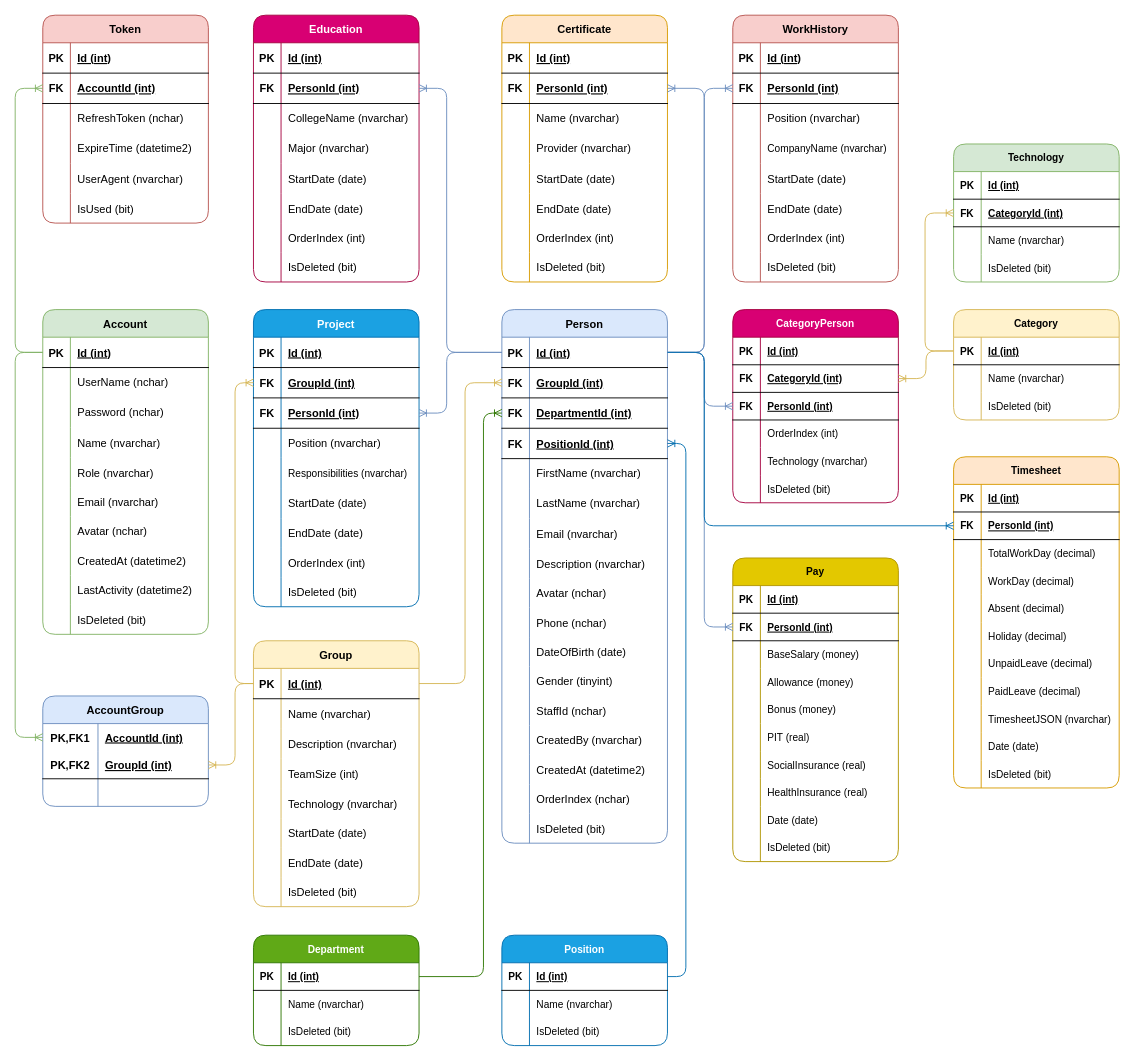
Before: Docs/db-diagram.drawio in dong-nguyen-hd/HR-Management, a draw.io diagram. Source tidied: cells renumbered, new cells numbered last; positions are measured from the earlier drawing's top-left corner, leaving out a move shared by most shapes. Both pictures are drawn from the tidied source at 92%, with x=0, y=0 at pixel (15, 15).
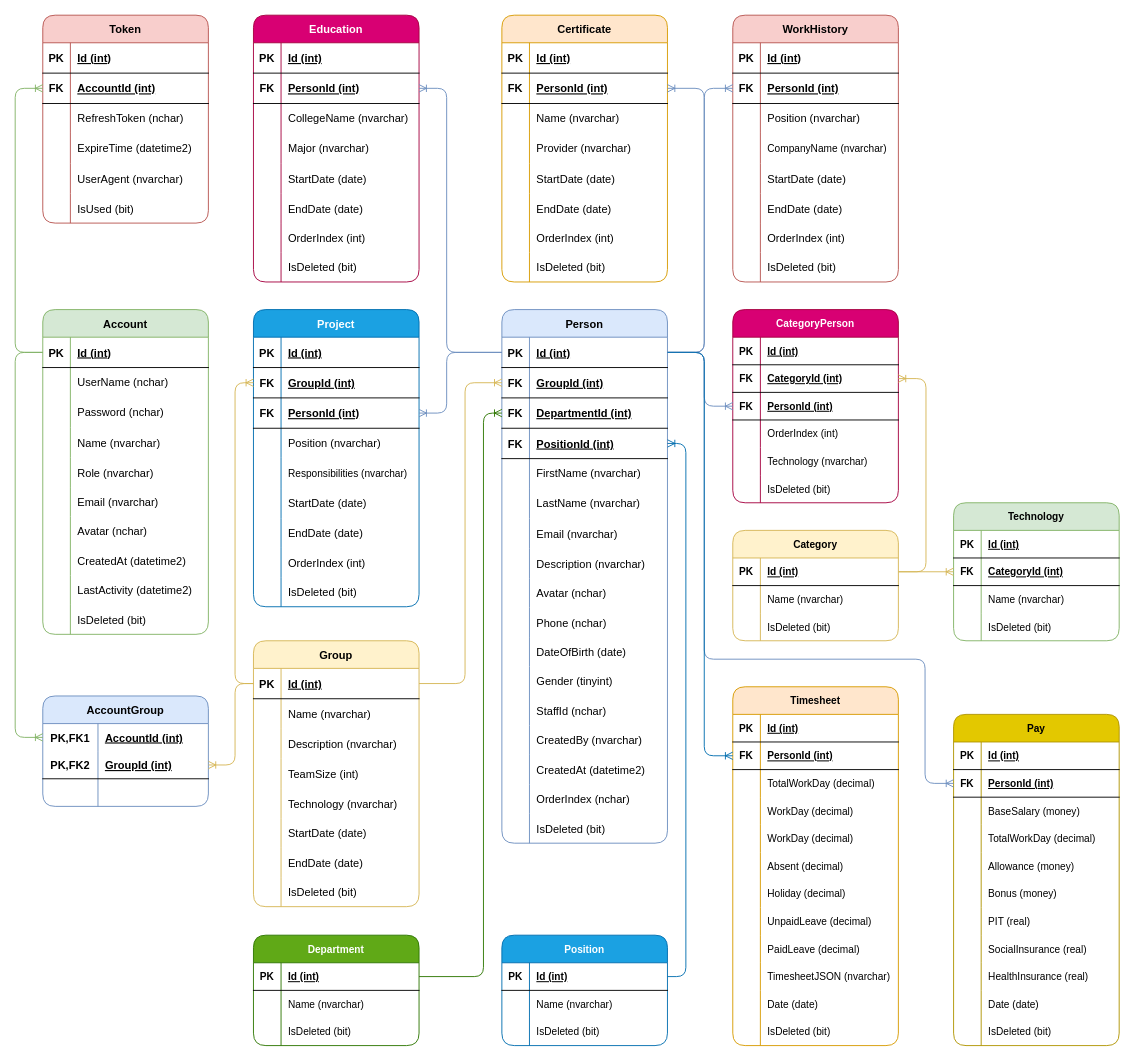
The same diagram, later.

The change refers to these unchanged cells:
```xml
<mxCell id="97" style="shape=tableRow;horizontal=0;startSize=0;swimlaneHead=0;swimlaneBody=0;fillColor=none;points=[[0,0.5],[1,0.5]];portConstraint=eastwest;top=0;left=0;right=0;bottom=1;" parent="96" vertex="1">
  <mxGeometry y="30" width="180" height="33" as="geometry" />
</mxCell>
<mxCell id="250" style="shape=tableRow;horizontal=0;startSize=0;swimlaneHead=0;swimlaneBody=0;fillColor=none;points=[[0,0.5],[1,0.5]];portConstraint=eastwest;top=0;left=0;right=0;bottom=1;rounded=1;shadow=0;sketch=0;fontFamily=Helvetica;fontSize=11;fontColor=default;" parent="246" vertex="1">
  <mxGeometry y="60" width="180" height="30" as="geometry" />
</mxCell>
<mxCell id="263" style="shape=tableRow;horizontal=0;startSize=0;swimlaneHead=0;swimlaneBody=0;fillColor=none;points=[[0,0.5],[1,0.5]];portConstraint=eastwest;top=0;left=0;right=0;bottom=1;rounded=1;shadow=0;sketch=0;fontFamily=Helvetica;fontSize=11;fontColor=default;" parent="259" vertex="1">
  <mxGeometry y="60" width="180" height="30" as="geometry" />
</mxCell>
<mxCell id="279" style="shape=tableRow;horizontal=0;startSize=0;swimlaneHead=0;swimlaneBody=0;fillColor=none;points=[[0,0.5],[1,0.5]];portConstraint=eastwest;top=0;left=0;right=0;bottom=1;rounded=1;shadow=0;sketch=0;fontFamily=Helvetica;fontSize=11;fontColor=default;" parent="278" vertex="1">
  <mxGeometry y="30" width="180" height="30" as="geometry" />
</mxCell>
<mxCell id="312" style="shape=tableRow;horizontal=0;startSize=0;swimlaneHead=0;swimlaneBody=0;fillColor=none;points=[[0,0.5],[1,0.5]];portConstraint=eastwest;top=0;left=0;right=0;bottom=1;rounded=1;shadow=0;sketch=0;fontFamily=Helvetica;fontSize=11;fontColor=default;" parent="308" vertex="1">
  <mxGeometry y="60" width="180" height="30" as="geometry" />
</mxCell>
```

The edit, as a diff of the source:
```diff
@@
     <mxCell id="246" value="Technology" style="shape=table;startSize=30;childLayout=tableLayout;rowLines=0;fontStyle=1;align=center;rounded=1;shadow=0;sketch=0;fontFamily=Helvetica;fontSize=11;fillColor=#d5e8d4;strokeColor=#82b366;" parent="1" vertex="1">
-      <mxGeometry x="1020" y="140" width="180" height="150" as="geometry" />
+      <mxGeometry x="1020" y="530" width="180" height="150" as="geometry" />
     </mxCell>
@@
     <mxCell id="278" value="Category" style="shape=table;startSize=30;childLayout=tableLayout;rowLines=0;fontStyle=1;align=center;rounded=1;shadow=0;sketch=0;fontFamily=Helvetica;fontSize=11;fillColor=#fff2cc;strokeColor=#d6b656;" parent="1" vertex="1">
-      <mxGeometry x="1020" y="320" width="180" height="120" as="geometry" />
+      <mxGeometry x="780" y="560" width="180" height="120" as="geometry" />
     </mxCell>
@@
     <mxCell id="308" value="Pay" style="shape=table;startSize=30;childLayout=tableLayout;rowLines=0;fontStyle=1;align=center;rounded=1;shadow=0;sketch=0;fontFamily=Helvetica;fontSize=11;fillColor=#e3c800;strokeColor=#B09500;fontColor=#000000;" parent="1" vertex="1">
-      <mxGeometry x="780" y="590" width="180" height="330" as="geometry" />
+      <mxGeometry x="1020" y="760" width="180" height="360" as="geometry" />
     </mxCell>
@@
+    <mxCell id="385" style="shape=tableRow;horizontal=0;startSize=0;swimlaneHead=0;swimlaneBody=0;fillColor=none;top=0;left=0;right=0;bottom=0;rounded=1;shadow=0;sketch=0;fontFamily=Helvetica;fontSize=11;fontColor=default;" parent="308" vertex="1">
+      <mxGeometry y="120" width="180" height="30" as="geometry" />
+    </mxCell>
+    <mxCell id="386" style="shape=partialRectangle;fillColor=none;top=0;left=0;bottom=0;right=0;overflow=hidden;rounded=1;shadow=0;sketch=0;fontFamily=Helvetica;fontSize=11;fontColor=default;" parent="385" vertex="1">
+      <mxGeometry width="30" height="30" as="geometry" />
+    </mxCell>
+    <mxCell id="387" value="TotalWorkDay (decimal)" style="shape=partialRectangle;fillColor=none;top=0;left=0;bottom=0;right=0;align=left;spacingLeft=6;overflow=hidden;rounded=1;shadow=0;sketch=0;fontFamily=Helvetica;fontSize=11;fontColor=default;" parent="385" vertex="1">
+      <mxGeometry x="30" width="150" height="30" as="geometry" />
+    </mxCell>
     <mxCell id="318" style="shape=tableRow;horizontal=0;startSize=0;swimlaneHead=0;swimlaneBody=0;fillColor=none;top=0;left=0;right=0;bottom=0;rounded=1;shadow=0;sketch=0;fontFamily=Helvetica;fontSize=11;fontColor=default;" parent="308" vertex="1">
-      <mxGeometry y="120" width="180" height="30" as="geometry" />
+      <mxGeometry y="150" width="180" height="30" as="geometry" />
     </mxCell>
@@
     <mxCell id="321" style="shape=tableRow;horizontal=0;startSize=0;swimlaneHead=0;swimlaneBody=0;fillColor=none;top=0;left=0;right=0;bottom=0;rounded=1;shadow=0;sketch=0;fontFamily=Helvetica;fontSize=11;fontColor=default;" parent="308" vertex="1">
-      <mxGeometry y="150" width="180" height="30" as="geometry" />
+      <mxGeometry y="180" width="180" height="30" as="geometry" />
     </mxCell>
@@
     <mxCell id="324" style="shape=tableRow;horizontal=0;startSize=0;swimlaneHead=0;swimlaneBody=0;fillColor=none;top=0;left=0;right=0;bottom=0;rounded=1;shadow=0;sketch=0;fontFamily=Helvetica;fontSize=11;fontColor=default;" parent="308" vertex="1">
-      <mxGeometry y="180" width="180" height="30" as="geometry" />
+      <mxGeometry y="210" width="180" height="30" as="geometry" />
     </mxCell>
@@
     <mxCell id="327" style="shape=tableRow;horizontal=0;startSize=0;swimlaneHead=0;swimlaneBody=0;fillColor=none;top=0;left=0;right=0;bottom=0;rounded=1;shadow=0;sketch=0;fontFamily=Helvetica;fontSize=11;fontColor=default;" parent="308" vertex="1">
-      <mxGeometry y="210" width="180" height="30" as="geometry" />
+      <mxGeometry y="240" width="180" height="30" as="geometry" />
     </mxCell>
@@
     <mxCell id="330" style="shape=tableRow;horizontal=0;startSize=0;swimlaneHead=0;swimlaneBody=0;fillColor=none;top=0;left=0;right=0;bottom=0;rounded=1;shadow=0;sketch=0;fontFamily=Helvetica;fontSize=11;fontColor=default;" parent="308" vertex="1">
-      <mxGeometry y="240" width="180" height="30" as="geometry" />
+      <mxGeometry y="270" width="180" height="30" as="geometry" />
     </mxCell>
@@
     <mxCell id="333" style="shape=tableRow;horizontal=0;startSize=0;swimlaneHead=0;swimlaneBody=0;fillColor=none;top=0;left=0;right=0;bottom=0;rounded=1;shadow=0;sketch=0;fontFamily=Helvetica;fontSize=11;fontColor=default;" parent="308" vertex="1">
-      <mxGeometry y="270" width="180" height="30" as="geometry" />
+      <mxGeometry y="300" width="180" height="30" as="geometry" />
     </mxCell>
@@
     <mxCell id="336" style="shape=tableRow;horizontal=0;startSize=0;swimlaneHead=0;swimlaneBody=0;fillColor=none;top=0;left=0;right=0;bottom=0;rounded=1;shadow=0;sketch=0;fontFamily=Helvetica;fontSize=11;fontColor=default;" parent="308" vertex="1">
-      <mxGeometry y="300" width="180" height="30" as="geometry" />
+      <mxGeometry y="330" width="180" height="30" as="geometry" />
     </mxCell>
@@
     <mxCell id="339" value="Timesheet" style="shape=table;startSize=30;childLayout=tableLayout;rowLines=0;fontStyle=1;align=center;rounded=1;shadow=0;sketch=0;fontFamily=Helvetica;fontSize=11;fillColor=#ffe6cc;strokeColor=#d79b00;" parent="1" vertex="1">
-      <mxGeometry x="1020" y="480" width="180" height="360" as="geometry" />
+      <mxGeometry x="780" y="730" width="180" height="390" as="geometry" />
     </mxCell>
@@
+    <mxCell id="388" style="shape=tableRow;horizontal=0;startSize=0;swimlaneHead=0;swimlaneBody=0;fillColor=none;top=0;left=0;right=0;bottom=0;rounded=1;shadow=0;sketch=0;fontFamily=Helvetica;fontSize=11;fontColor=default;" parent="339" vertex="1">
+      <mxGeometry y="120" width="180" height="30" as="geometry" />
+    </mxCell>
+    <mxCell id="389" style="shape=partialRectangle;fillColor=none;top=0;left=0;bottom=0;right=0;overflow=hidden;rounded=1;shadow=0;sketch=0;fontFamily=Helvetica;fontSize=11;fontColor=default;" parent="388" vertex="1">
+      <mxGeometry width="30" height="30" as="geometry" />
+    </mxCell>
+    <mxCell id="390" value="WorkDay (decimal)" style="shape=partialRectangle;fillColor=none;top=0;left=0;bottom=0;right=0;align=left;spacingLeft=6;overflow=hidden;rounded=1;shadow=0;sketch=0;fontFamily=Helvetica;fontSize=11;fontColor=default;" parent="388" vertex="1">
+      <mxGeometry x="30" width="150" height="30" as="geometry" />
+    </mxCell>
     <mxCell id="349" style="shape=tableRow;horizontal=0;startSize=0;swimlaneHead=0;swimlaneBody=0;fillColor=none;top=0;left=0;right=0;bottom=0;rounded=1;shadow=0;sketch=0;fontFamily=Helvetica;fontSize=11;fontColor=default;" parent="339" vertex="1">
-      <mxGeometry y="120" width="180" height="30" as="geometry" />
+      <mxGeometry y="150" width="180" height="30" as="geometry" />
     </mxCell>
@@
     <mxCell id="352" style="shape=tableRow;horizontal=0;startSize=0;swimlaneHead=0;swimlaneBody=0;fillColor=none;top=0;left=0;right=0;bottom=0;rounded=1;shadow=0;sketch=0;fontFamily=Helvetica;fontSize=11;fontColor=default;" parent="339" vertex="1">
-      <mxGeometry y="150" width="180" height="30" as="geometry" />
+      <mxGeometry y="180" width="180" height="30" as="geometry" />
     </mxCell>
@@
     <mxCell id="355" style="shape=tableRow;horizontal=0;startSize=0;swimlaneHead=0;swimlaneBody=0;fillColor=none;top=0;left=0;right=0;bottom=0;rounded=1;shadow=0;sketch=0;fontFamily=Helvetica;fontSize=11;fontColor=default;" parent="339" vertex="1">
-      <mxGeometry y="180" width="180" height="30" as="geometry" />
+      <mxGeometry y="210" width="180" height="30" as="geometry" />
     </mxCell>
@@
     <mxCell id="358" style="shape=tableRow;horizontal=0;startSize=0;swimlaneHead=0;swimlaneBody=0;fillColor=none;top=0;left=0;right=0;bottom=0;rounded=1;shadow=0;sketch=0;fontFamily=Helvetica;fontSize=11;fontColor=default;" parent="339" vertex="1">
-      <mxGeometry y="210" width="180" height="30" as="geometry" />
+      <mxGeometry y="240" width="180" height="30" as="geometry" />
     </mxCell>
@@
     <mxCell id="361" style="shape=tableRow;horizontal=0;startSize=0;swimlaneHead=0;swimlaneBody=0;fillColor=none;top=0;left=0;right=0;bottom=0;rounded=1;shadow=0;sketch=0;fontFamily=Helvetica;fontSize=11;fontColor=default;" parent="339" vertex="1">
-      <mxGeometry y="240" width="180" height="30" as="geometry" />
+      <mxGeometry y="270" width="180" height="30" as="geometry" />
     </mxCell>
@@
     <mxCell id="364" style="shape=tableRow;horizontal=0;startSize=0;swimlaneHead=0;swimlaneBody=0;fillColor=none;top=0;left=0;right=0;bottom=0;rounded=1;shadow=0;sketch=0;fontFamily=Helvetica;fontSize=11;fontColor=default;" parent="339" vertex="1">
-      <mxGeometry y="270" width="180" height="30" as="geometry" />
+      <mxGeometry y="300" width="180" height="30" as="geometry" />
     </mxCell>
@@
     <mxCell id="367" style="shape=tableRow;horizontal=0;startSize=0;swimlaneHead=0;swimlaneBody=0;fillColor=none;top=0;left=0;right=0;bottom=0;rounded=1;shadow=0;sketch=0;fontFamily=Helvetica;fontSize=11;fontColor=default;" parent="339" vertex="1">
-      <mxGeometry y="300" width="180" height="30" as="geometry" />
+      <mxGeometry y="330" width="180" height="30" as="geometry" />
     </mxCell>
@@
     <mxCell id="370" style="shape=tableRow;horizontal=0;startSize=0;swimlaneHead=0;swimlaneBody=0;fillColor=none;top=0;left=0;right=0;bottom=0;rounded=1;shadow=0;sketch=0;fontFamily=Helvetica;fontSize=11;fontColor=default;" parent="339" vertex="1">
-      <mxGeometry y="330" width="180" height="30" as="geometry" />
+      <mxGeometry y="360" width="180" height="30" as="geometry" />
     </mxCell>
@@
-    <mxCell id="379" style="edgeStyle=elbowEdgeStyle;fontSize=12;html=1;endArrow=ERoneToMany;rounded=1;labelBackgroundColor=default;fontFamily=Helvetica;fontColor=default;strokeColor=#6c8ebf;fillColor=#dae8fc;shape=connector;exitX=1;exitY=0.5;exitDx=0;exitDy=0;entryX=0;entryY=0.5;entryDx=0;entryDy=0;" parent="1" edge="1" source="97" target="312">
+    <mxCell id="379" style="edgeStyle=orthogonalEdgeStyle;fontSize=12;html=1;endArrow=ERoneToMany;rounded=1;labelBackgroundColor=default;fontFamily=Helvetica;fontColor=default;strokeColor=#6c8ebf;fillColor=#dae8fc;shape=connector;exitX=1;exitY=0.5;exitDx=0;exitDy=0;entryX=0;entryY=0.5;entryDx=0;entryDy=0;" parent="1" edge="1" source="97" target="312">
       <mxGeometry relative="1" as="geometry">
         <Array as="points">
-          <mxPoint x="749" y="620" />
+          <mxPoint x="749" y="367" />
+          <mxPoint x="749" y="700" />
+          <mxPoint x="989" y="700" />
+          <mxPoint x="989" y="835" />
         </Array>
       </mxGeometry>
     </mxCell>
-    <mxCell id="380" style="edgeStyle=elbowEdgeStyle;fontSize=12;html=1;endArrow=ERoneToMany;rounded=1;labelBackgroundColor=default;fontFamily=Helvetica;fontColor=default;strokeColor=#d6b656;fillColor=#fff2cc;shape=connector;exitX=0;exitY=0.5;exitDx=0;exitDy=0;entryX=0;entryY=0.5;entryDx=0;entryDy=0;" parent="1" edge="1" source="279" target="250">
+    <mxCell id="380" style="edgeStyle=elbowEdgeStyle;fontSize=12;html=1;endArrow=ERoneToMany;rounded=1;labelBackgroundColor=default;fontFamily=Helvetica;fontColor=default;strokeColor=#d6b656;fillColor=#fff2cc;shape=connector;exitX=1;exitY=0.5;exitDx=0;exitDy=0;entryX=0;entryY=0.5;entryDx=0;entryDy=0;" parent="1" edge="1" source="279" target="250">
       <mxGeometry relative="1" as="geometry">
         <Array as="points">
-          <mxPoint x="989" y="290" />
+          <mxPoint x="979" y="600" />
         </Array>
       </mxGeometry>
     </mxCell>
-    <mxCell id="381" style="edgeStyle=entityRelationEdgeStyle;fontSize=12;html=1;endArrow=ERoneToMany;rounded=1;labelBackgroundColor=default;fontFamily=Helvetica;fontColor=default;strokeColor=#d6b656;fillColor=#fff2cc;shape=connector;entryX=1;entryY=0.5;entryDx=0;entryDy=0;exitX=0;exitY=0.5;exitDx=0;exitDy=0;" parent="1" edge="1" source="279" target="263">
+    <mxCell id="381" style="edgeStyle=entityRelationEdgeStyle;fontSize=12;html=1;endArrow=ERoneToMany;rounded=1;labelBackgroundColor=default;fontFamily=Helvetica;fontColor=default;strokeColor=#d6b656;fillColor=#fff2cc;shape=connector;entryX=1;entryY=0.5;entryDx=0;entryDy=0;exitX=1;exitY=0.5;exitDx=0;exitDy=0;" parent="1" edge="1" source="279" target="263">
       <mxGeometry relative="1" as="geometry" />
     </mxCell>
```
